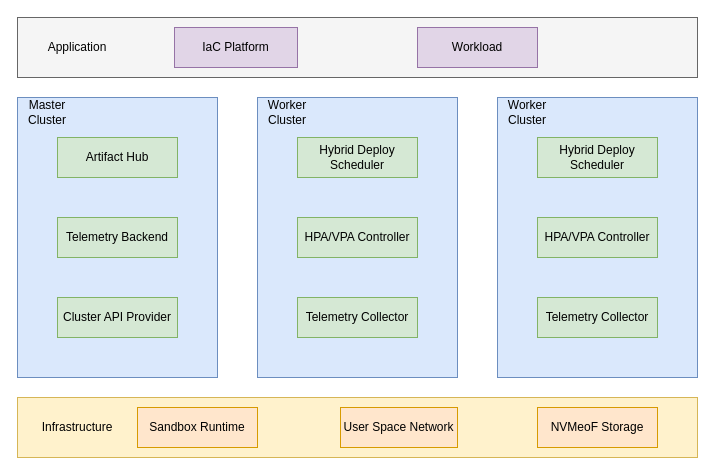
Earlier version of the draw.io diagram kubevirt/architecture-3.drawio (wushengjianzong/infrastructure). Source tidied: cells renumbered, new cells numbered last; positions are measured from the earlier drawing's top-left corner, leaving out a move shared by most shapes. Both pictures are drawn from the tidied source at 100%, with x=0, y=0 at pixel (17, 17).
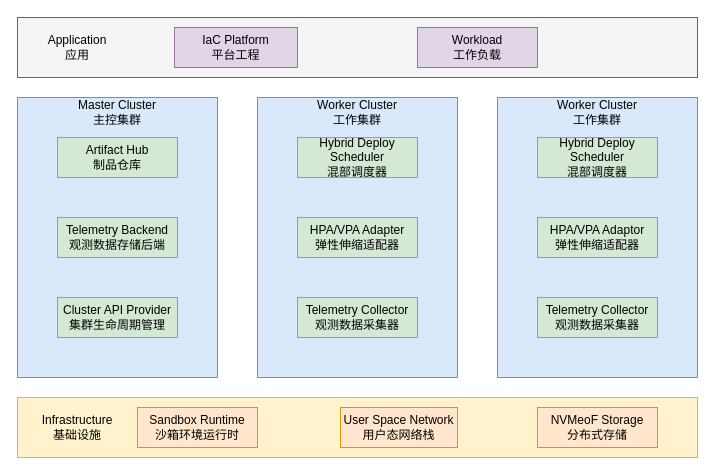
The same diagram, later.

The edit, as a diff of the source:
```diff
@@
-    <mxCell id="3" value="Master Cluster" style="text;html=1;strokeColor=none;fillColor=none;align=center;verticalAlign=middle;whiteSpace=wrap;rounded=0;fontColor=default;" parent="1" vertex="1">
-      <mxGeometry y="80" width="60" height="30" as="geometry" />
+    <mxCell id="3" value="Master Cluster&lt;br&gt;主控集群" style="text;html=1;strokeColor=none;fillColor=none;align=center;verticalAlign=middle;whiteSpace=wrap;rounded=0;fontColor=default;" parent="1" vertex="1">
+      <mxGeometry y="80" width="200" height="30" as="geometry" />
     </mxCell>
@@
-    <mxCell id="6" value="User Space Network" style="rounded=0;whiteSpace=wrap;html=1;fillColor=#ffe6cc;strokeColor=#d79b00;" parent="1" vertex="1">
+    <mxCell id="6" value="User Space Network&lt;br&gt;用户态网络栈" style="rounded=0;whiteSpace=wrap;html=1;fillColor=#ffe6cc;strokeColor=#d79b00;" parent="1" vertex="1">
       <mxGeometry x="323" y="390" width="117" height="40" as="geometry" />
     </mxCell>
-    <mxCell id="7" value="NVMeoF Storage" style="rounded=0;whiteSpace=wrap;html=1;fillColor=#ffe6cc;strokeColor=#d79b00;" parent="1" vertex="1">
+    <mxCell id="7" value="NVMeoF Storage&lt;br&gt;分布式存储" style="rounded=0;whiteSpace=wrap;html=1;fillColor=#ffe6cc;strokeColor=#d79b00;" parent="1" vertex="1">
       <mxGeometry x="520" y="390" width="120" height="40" as="geometry" />
     </mxCell>
-    <mxCell id="8" value="Sandbox Runtime" style="rounded=0;whiteSpace=wrap;html=1;fillColor=#ffe6cc;strokeColor=#d79b00;" parent="1" vertex="1">
+    <mxCell id="8" value="Sandbox Runtime&lt;br&gt;沙箱环境运行时" style="rounded=0;whiteSpace=wrap;html=1;fillColor=#ffe6cc;strokeColor=#d79b00;" parent="1" vertex="1">
       <mxGeometry x="120" y="390" width="120" height="40" as="geometry" />
     </mxCell>
-    <mxCell id="9" value="Infrastructure" style="text;html=1;strokeColor=none;fillColor=none;align=center;verticalAlign=middle;whiteSpace=wrap;rounded=0;fontColor=default;" parent="1" vertex="1">
-      <mxGeometry x="20" y="400" width="80" height="20" as="geometry" />
+    <mxCell id="9" value="Infrastructure&lt;br&gt;基础设施" style="text;html=1;strokeColor=none;fillColor=none;align=center;verticalAlign=middle;whiteSpace=wrap;rounded=0;fontColor=default;" parent="1" vertex="1">
+      <mxGeometry y="380" width="120" height="60" as="geometry" />
     </mxCell>
-    <mxCell id="10" value="Telemetry Collector" style="rounded=0;whiteSpace=wrap;html=1;fillColor=#d5e8d4;strokeColor=#82b366;" parent="1" vertex="1">
+    <mxCell id="10" value="Telemetry Collector&lt;br&gt;观测数据采集器" style="rounded=0;whiteSpace=wrap;html=1;fillColor=#d5e8d4;strokeColor=#82b366;" parent="1" vertex="1">
       <mxGeometry x="520" y="280" width="120" height="40" as="geometry" />
     </mxCell>
-    <mxCell id="11" value="HPA/VPA Controller" style="rounded=0;whiteSpace=wrap;html=1;fillColor=#d5e8d4;strokeColor=#82b366;" parent="1" vertex="1">
+    <mxCell id="11" value="HPA/VPA Adaptor&lt;br&gt;弹性伸缩适配器" style="rounded=0;whiteSpace=wrap;html=1;fillColor=#d5e8d4;strokeColor=#82b366;" parent="1" vertex="1">
       <mxGeometry x="520" y="200" width="120" height="40" as="geometry" />
     </mxCell>
-    <mxCell id="12" value="Hybrid Deploy Scheduler" style="rounded=0;whiteSpace=wrap;html=1;fillColor=#d5e8d4;strokeColor=#82b366;" parent="1" vertex="1">
+    <mxCell id="12" value="Hybrid Deploy Scheduler&lt;br&gt;混部调度器" style="rounded=0;whiteSpace=wrap;html=1;fillColor=#d5e8d4;strokeColor=#82b366;" parent="1" vertex="1">
       <mxGeometry x="520" y="120" width="120" height="40" as="geometry" />
     </mxCell>
-    <mxCell id="13" value="Worker&lt;br&gt;Cluster" style="text;html=1;strokeColor=none;fillColor=none;align=center;verticalAlign=middle;whiteSpace=wrap;rounded=0;fontColor=default;" parent="1" vertex="1">
-      <mxGeometry x="480" y="80" width="60" height="30" as="geometry" />
+    <mxCell id="13" value="Worker Cluster&lt;br&gt;工作集群" style="text;html=1;strokeColor=none;fillColor=none;align=center;verticalAlign=middle;whiteSpace=wrap;rounded=0;fontColor=default;" parent="1" vertex="1">
+      <mxGeometry x="480" y="80" width="200" height="30" as="geometry" />
     </mxCell>
-    <mxCell id="14" value="Artifact Hub" style="rounded=0;whiteSpace=wrap;html=1;fillColor=#d5e8d4;strokeColor=#82b366;" parent="1" vertex="1">
+    <mxCell id="14" value="Artifact Hub&lt;br&gt;制品仓库" style="rounded=0;whiteSpace=wrap;html=1;fillColor=#d5e8d4;strokeColor=#82b366;" parent="1" vertex="1">
       <mxGeometry x="40" y="120" width="120" height="40" as="geometry" />
     </mxCell>
-    <mxCell id="15" value="Telemetry Backend" style="rounded=0;whiteSpace=wrap;html=1;fillColor=#d5e8d4;strokeColor=#82b366;" parent="1" vertex="1">
+    <mxCell id="15" value="Telemetry Backend&lt;br&gt;观测数据存储后端" style="rounded=0;whiteSpace=wrap;html=1;fillColor=#d5e8d4;strokeColor=#82b366;" parent="1" vertex="1">
       <mxGeometry x="40" y="200" width="120" height="40" as="geometry" />
     </mxCell>
-    <mxCell id="16" value="Cluster API Provider" style="rounded=0;whiteSpace=wrap;html=1;fillColor=#d5e8d4;strokeColor=#82b366;" parent="1" vertex="1">
+    <mxCell id="16" value="Cluster API Provider&lt;br&gt;集群生命周期管理" style="rounded=0;whiteSpace=wrap;html=1;fillColor=#d5e8d4;strokeColor=#82b366;" parent="1" vertex="1">
       <mxGeometry x="40" y="280" width="120" height="40" as="geometry" />
     </mxCell>
@@
-    <mxCell id="18" value="Hybrid Deploy Scheduler" style="rounded=0;whiteSpace=wrap;html=1;fillColor=#d5e8d4;strokeColor=#82b366;" parent="1" vertex="1">
+    <mxCell id="18" value="Hybrid Deploy Scheduler&lt;br&gt;混部调度器" style="rounded=0;whiteSpace=wrap;html=1;fillColor=#d5e8d4;strokeColor=#82b366;" parent="1" vertex="1">
       <mxGeometry x="280" y="120" width="120" height="40" as="geometry" />
     </mxCell>
-    <mxCell id="19" value="HPA/VPA Controller" style="rounded=0;whiteSpace=wrap;html=1;fillColor=#d5e8d4;strokeColor=#82b366;" parent="1" vertex="1">
+    <mxCell id="19" value="HPA/VPA Adapter&lt;br&gt;弹性伸缩适配器" style="rounded=0;whiteSpace=wrap;html=1;fillColor=#d5e8d4;strokeColor=#82b366;" parent="1" vertex="1">
       <mxGeometry x="280" y="200" width="120" height="40" as="geometry" />
     </mxCell>
-    <mxCell id="20" value="Telemetry Collector" style="rounded=0;whiteSpace=wrap;html=1;fillColor=#d5e8d4;strokeColor=#82b366;" parent="1" vertex="1">
+    <mxCell id="20" value="Telemetry Collector&lt;br&gt;观测数据采集器" style="rounded=0;whiteSpace=wrap;html=1;fillColor=#d5e8d4;strokeColor=#82b366;" parent="1" vertex="1">
       <mxGeometry x="280" y="280" width="120" height="40" as="geometry" />
     </mxCell>
-    <mxCell id="21" value="Worker&lt;br&gt;Cluster" style="text;html=1;strokeColor=none;fillColor=none;align=center;verticalAlign=middle;whiteSpace=wrap;rounded=0;fontColor=default;" parent="1" vertex="1">
-      <mxGeometry x="240" y="80" width="60" height="30" as="geometry" />
+    <mxCell id="21" value="Worker Cluster&lt;br&gt;工作集群" style="text;html=1;strokeColor=none;fillColor=none;align=center;verticalAlign=middle;whiteSpace=wrap;rounded=0;fontColor=default;" parent="1" vertex="1">
+      <mxGeometry x="240" y="80" width="200" height="30" as="geometry" />
     </mxCell>
@@
-    <mxCell id="23" value="IaC Platform" style="rounded=0;whiteSpace=wrap;html=1;fillColor=#e1d5e7;strokeColor=#9673a6;" parent="1" vertex="1">
+    <mxCell id="23" value="IaC Platform&lt;br&gt;平台工程" style="rounded=0;whiteSpace=wrap;html=1;fillColor=#e1d5e7;strokeColor=#9673a6;" parent="1" vertex="1">
       <mxGeometry x="157" y="10" width="123" height="40" as="geometry" />
     </mxCell>
-    <mxCell id="24" value="Workload" style="rounded=0;whiteSpace=wrap;html=1;fillColor=#e1d5e7;strokeColor=#9673a6;" parent="1" vertex="1">
+    <mxCell id="24" value="Workload&lt;br&gt;工作负载" style="rounded=0;whiteSpace=wrap;html=1;fillColor=#e1d5e7;strokeColor=#9673a6;" parent="1" vertex="1">
       <mxGeometry x="400" y="10" width="120" height="40" as="geometry" />
     </mxCell>
-    <mxCell id="25" value="Application" style="text;html=1;strokeColor=none;fillColor=none;align=center;verticalAlign=middle;whiteSpace=wrap;rounded=0;fontColor=default;" parent="1" vertex="1">
-      <mxGeometry y="20" width="120" height="20" as="geometry" />
+    <mxCell id="25" value="Application&lt;br&gt;应用" style="text;html=1;strokeColor=none;fillColor=none;align=center;verticalAlign=middle;whiteSpace=wrap;rounded=0;fontColor=default;" parent="1" vertex="1">
+      <mxGeometry width="120" height="60" as="geometry" />
     </mxCell>
```
